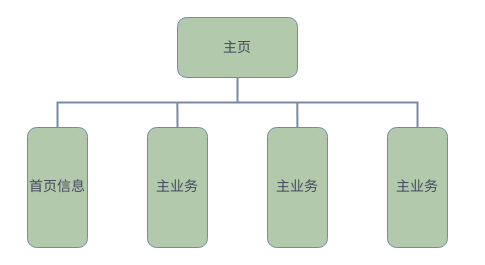
Earlier version of the draw.io diagram 微信小程序主页功能模块.drawio (xp-bear/drawio). Source tidied: cells renumbered, new cells numbered last; positions are measured from the earlier drawing's top-left corner, leaving out a move shared by most shapes. Both pictures are drawn from the tidied source at 100%, with x=0, y=0 at pixel (27, 17).
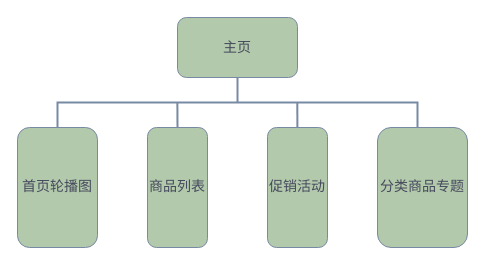
After the change.

Commit message:
1微信小程序主页功能模块.drawio

Change to the diagram source:
```diff
@@
 <mxGraphModel>
   <root>
     <mxCell id="0" />
     <mxCell id="1" parent="0" />
     <mxCell id="2" value="&lt;font style=&quot;font-size: 14px;&quot;&gt;主页&lt;/font&gt;" style="rounded=1;whiteSpace=wrap;html=1;fillColor=#B2C9AB;strokeColor=#788AA3;fontColor=#46495D;" parent="1" vertex="1">
       <mxGeometry x="150" width="120" height="60" as="geometry" />
     </mxCell>
     <mxCell id="3" style="strokeWidth=2;html=1;shape=mxgraph.flowchart.annotation_2;align=left;labelPosition=right;direction=south;fillColor=#B2C9AB;strokeColor=#788AA3;fontColor=#46495D;" parent="1" vertex="1">
       <mxGeometry x="30" y="60" width="360" height="50" as="geometry" />
     </mxCell>
-    <mxCell id="4" value="&lt;font style=&quot;font-size: 14px;&quot;&gt;首页信息&lt;/font&gt;" style="rounded=1;whiteSpace=wrap;html=1;direction=south;horizontal=1;verticalAlign=middle;align=center;fontFamily=Comic Sans MS;labelBorderColor=none;labelBackgroundColor=none;fillColor=#B2C9AB;strokeColor=#788AA3;fontColor=#46495D;" parent="1" vertex="1">
-      <mxGeometry y="110" width="60" height="120" as="geometry" />
+    <mxCell id="4" value="&lt;font style=&quot;font-size: 14px&quot;&gt;首页轮播图&lt;/font&gt;" style="rounded=1;whiteSpace=wrap;html=1;direction=south;horizontal=1;verticalAlign=middle;align=center;fontFamily=Comic Sans MS;labelBorderColor=none;labelBackgroundColor=none;fillColor=#B2C9AB;strokeColor=#788AA3;fontColor=#46495D;" parent="1" vertex="1">
+      <mxGeometry x="-10" y="110" width="80" height="120" as="geometry" />
     </mxCell>
-    <mxCell id="5" value="&lt;font style=&quot;font-size: 14px;&quot;&gt;主业务&lt;/font&gt;" style="rounded=1;whiteSpace=wrap;html=1;direction=south;horizontal=1;verticalAlign=middle;align=center;fontFamily=Comic Sans MS;labelBorderColor=none;labelBackgroundColor=none;fillColor=#B2C9AB;strokeColor=#788AA3;fontColor=#46495D;" parent="1" vertex="1">
+    <mxCell id="5" value="&lt;font style=&quot;font-size: 14px&quot;&gt;商品列表&lt;/font&gt;" style="rounded=1;whiteSpace=wrap;html=1;direction=south;horizontal=1;verticalAlign=middle;align=center;fontFamily=Comic Sans MS;labelBorderColor=none;labelBackgroundColor=none;fillColor=#B2C9AB;strokeColor=#788AA3;fontColor=#46495D;" parent="1" vertex="1">
       <mxGeometry x="120" y="110" width="60" height="120" as="geometry" />
     </mxCell>
-    <mxCell id="6" value="&lt;font style=&quot;font-size: 14px;&quot;&gt;主业务&lt;/font&gt;" style="rounded=1;whiteSpace=wrap;html=1;direction=south;horizontal=1;verticalAlign=middle;align=center;fontFamily=Comic Sans MS;labelBorderColor=none;labelBackgroundColor=none;fillColor=#B2C9AB;strokeColor=#788AA3;fontColor=#46495D;" parent="1" vertex="1">
+    <mxCell id="6" value="&lt;font style=&quot;font-size: 14px&quot;&gt;促销活动&lt;/font&gt;" style="rounded=1;whiteSpace=wrap;html=1;direction=south;horizontal=1;verticalAlign=middle;align=center;fontFamily=Comic Sans MS;labelBorderColor=none;labelBackgroundColor=none;fillColor=#B2C9AB;strokeColor=#788AA3;fontColor=#46495D;" parent="1" vertex="1">
       <mxGeometry x="240" y="110" width="60" height="120" as="geometry" />
     </mxCell>
-    <mxCell id="7" value="&lt;font style=&quot;font-size: 14px;&quot;&gt;主业务&lt;/font&gt;" style="rounded=1;whiteSpace=wrap;html=1;direction=south;horizontal=1;verticalAlign=middle;align=center;fontFamily=Comic Sans MS;labelBorderColor=none;labelBackgroundColor=none;fillColor=#B2C9AB;strokeColor=#788AA3;fontColor=#46495D;" parent="1" vertex="1">
-      <mxGeometry x="360" y="110" width="60" height="120" as="geometry" />
+    <mxCell id="7" value="&lt;font style=&quot;font-size: 14px&quot;&gt;分类商品专题&lt;/font&gt;" style="rounded=1;whiteSpace=wrap;html=1;direction=south;horizontal=1;verticalAlign=middle;align=center;fontFamily=Comic Sans MS;labelBorderColor=none;labelBackgroundColor=none;fillColor=#B2C9AB;strokeColor=#788AA3;fontColor=#46495D;" parent="1" vertex="1">
+      <mxGeometry x="350" y="110" width="90" height="120" as="geometry" />
     </mxCell>
     <mxCell id="8" style="endArrow=none;html=1;rounded=1;sketch=0;fontColor=#46495D;strokeColor=#788AA3;fillColor=#B2C9AB;curved=0;entryX=0.495;entryY=0.667;entryDx=0;entryDy=0;entryPerimeter=0;strokeWidth=2;" parent="1" edge="1" target="3">
       <mxGeometry relative="1" as="geometry">
         <mxPoint x="150" y="110" as="sourcePoint" />
       </mxGeometry>
     </mxCell>
     <mxCell id="9" style="endArrow=none;html=1;rounded=1;sketch=0;fontColor=#46495D;strokeColor=#788AA3;fillColor=#B2C9AB;curved=0;entryX=0.495;entryY=0.667;entryDx=0;entryDy=0;entryPerimeter=0;fontSize=16;strokeWidth=2;" parent="1" edge="1">
       <mxGeometry relative="1" as="geometry">
         <mxPoint x="269.9" y="110" as="sourcePoint" />
         <mxPoint x="269.8" y="84.7" as="targetPoint" />
       </mxGeometry>
     </mxCell>
   </root>
 </mxGraphModel>
```
